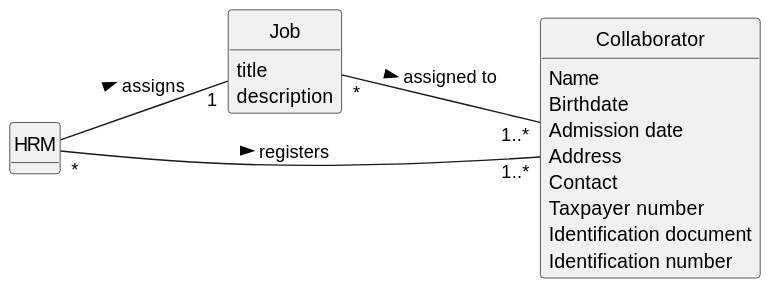
Before: docs/sprintA/us003/02.analysis/svg/us003-domain-model.svg, a diagram exported from PlantUML (RicardoMorim/lapr2-ISEP-Project). Its diagram source:
```plantuml
@startuml
skinparam monochrome true
skinparam packageStyle rectangle
skinparam shadowing false

left to right direction

skinparam classAttributeIconSize 0

hide circle
hide methods


class HRM {
}

class Job {
    title
    description
}

class Collaborator {
    Name
    Birthdate
    Admission date
    Address
    Contact
    Taxpayer number
    Identification document
    Identification number

}


HRM "*" -- "1..*" Collaborator : registers >
HRM -- "1" Job : assigns >
Job "*" -- "1..*" Collaborator : assigned to >

}
@enduml
```
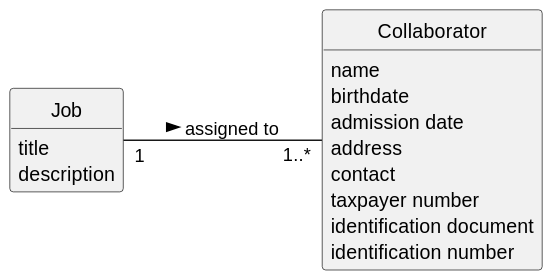
The same file after the commit.

Commit message:
Updated US003 (domain model)

What changed in the source:
```diff
@@ -11,30 +11,24 @@
 hide methods
 
 
-class HRM {
-}
-
 class Job {
     title
     description
 }
 
 class Collaborator {
-    Name
-    Birthdate
-    Admission date
-    Address
-    Contact
-    Taxpayer number
-    Identification document
-    Identification number
+    name
+    birthdate
+    admission date
+    address
+    contact
+    taxpayer number
+    identification document
+    identification number
 
 }
 
-
-HRM "*" -- "1..*" Collaborator : registers >
-HRM -- "1" Job : assigns >
-Job "*" -- "1..*" Collaborator : assigned to >
+Job "1" -- "1..*" Collaborator : assigned to >
 
 }
 @enduml
```
